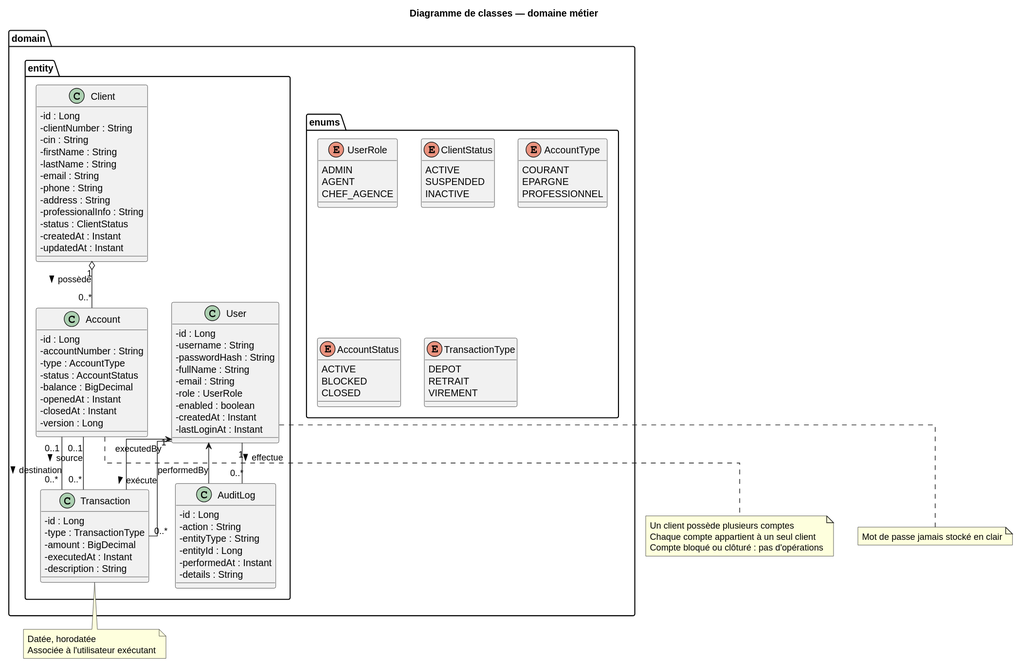
Before: documentation/uml/diagramme-classes.svg, a diagram exported from PlantUML (aminabensouda106-gif/banque1).
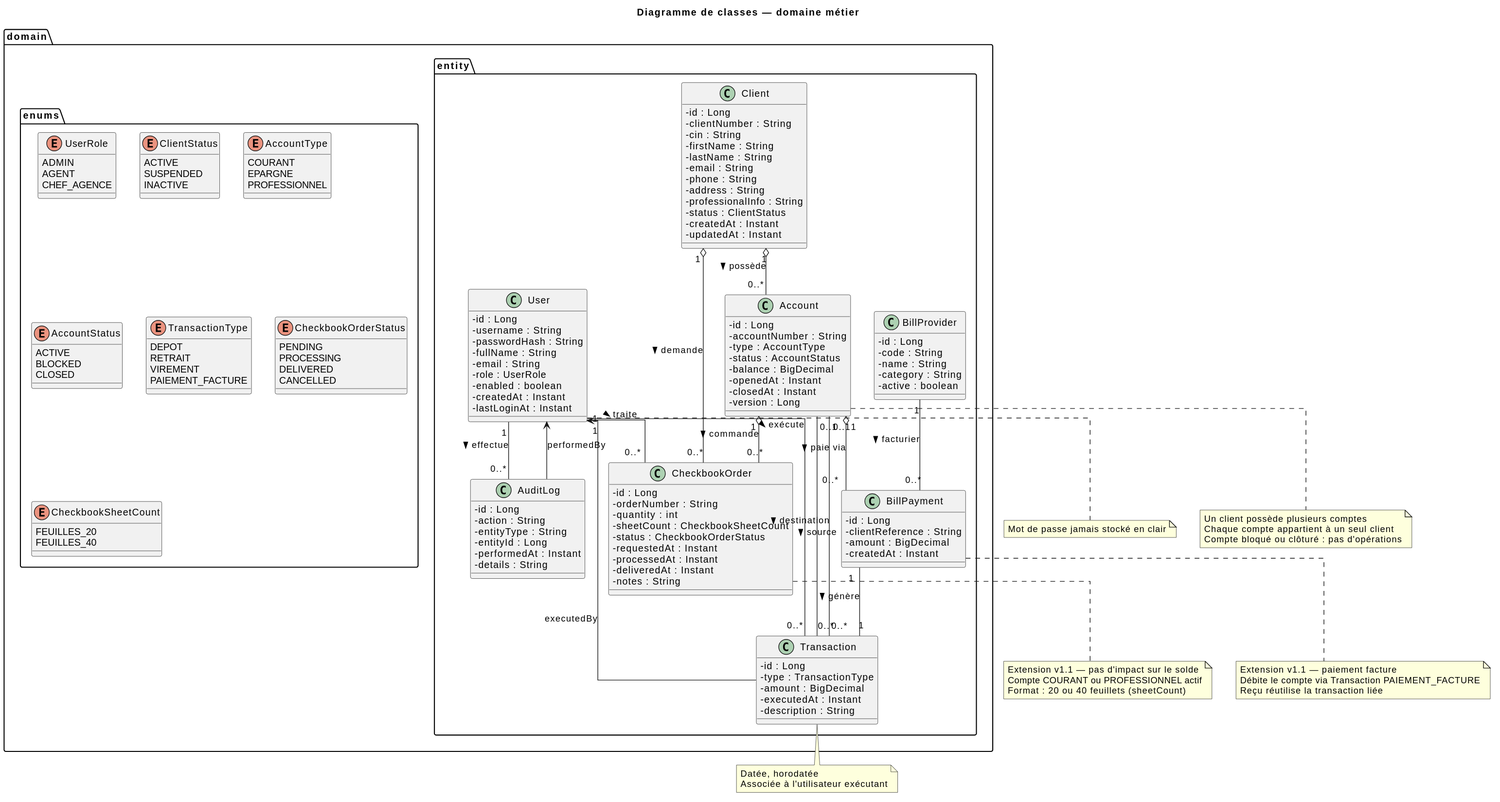
The same diagram one commit later.

Change to the diagram source:
```diff
@@ -30,6 +30,17 @@
     DEPOT
     RETRAIT
     VIREMENT
+    PAIEMENT_FACTURE
+  }
+  enum CheckbookOrderStatus {
+    PENDING
+    PROCESSING
+    DELIVERED
+    CANCELLED
+  }
+  enum CheckbookSheetCount {
+    FEUILLES_20
+    FEUILLES_40
   }
 }
 
@@ -81,6 +92,33 @@
     - description : String
   }
 
+  class BillProvider {
+    - id : Long
+    - code : String
+    - name : String
+    - category : String
+    - active : boolean
+  }
+
+  class BillPayment {
+    - id : Long
+    - clientReference : String
+    - amount : BigDecimal
+    - createdAt : Instant
+  }
+
+  class CheckbookOrder {
+    - id : Long
+    - orderNumber : String
+    - quantity : int
+    - sheetCount : CheckbookSheetCount
+    - status : CheckbookOrderStatus
+    - requestedAt : Instant
+    - processedAt : Instant
+    - deliveredAt : Instant
+    - notes : String
+  }
+
   class AuditLog {
     - id : Long
     - action : String
@@ -92,11 +130,16 @@
 }
 
 Client "1" o-- "0..*" Account : possède >
+Client "1" o-- "0..*" CheckbookOrder : demande >
 User "1" -- "0..*" Transaction : exécute >
+User "1" -- "0..*" CheckbookOrder : traite >
 User "1" -- "0..*" AuditLog : effectue >
 Account "0..1" -- "0..*" Transaction : source >
 Account "0..1" -- "0..*" Transaction : destination >
-
+Account "1" o-- "0..*" BillPayment : paie via >
+Account "1" o-- "0..*" CheckbookOrder : commande >
+BillProvider "1" -- "0..*" BillPayment : facturier >
+BillPayment "1" -- "1" Transaction : génère >
 Transaction --> User : executedBy
 AuditLog --> User : performedBy
 
@@ -104,6 +147,18 @@
   Un client possède plusieurs comptes
   Chaque compte appartient à un seul client
   Compte bloqué ou clôturé : pas d'opérations
+end note
+
+note bottom of BillPayment
+  Extension v1.1 — paiement facture
+  Débite le compte via Transaction PAIEMENT_FACTURE
+  Reçu réutilise la transaction liée
+end note
+
+note bottom of CheckbookOrder
+  Extension v1.1 — pas d'impact sur le solde
+  Compte COURANT ou PROFESSIONNEL actif
+  Format : 20 ou 40 feuillets (sheetCount)
 end note
 
 note bottom of Transaction
```
